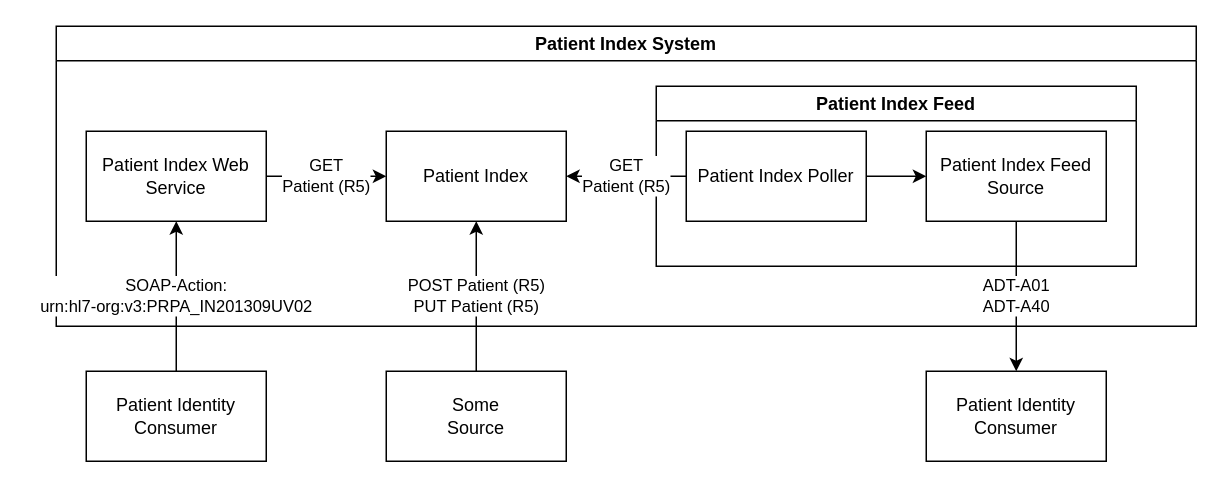
The draw.io diagram architecture.drawio in tobchen/patient-index, before the edit. Source tidied: cells renumbered, new cells numbered last; positions are measured from the earlier drawing's top-left corner, leaving out a move shared by most shapes. Both pictures are drawn from the tidied source at 150%, with x=0, y=0 at pixel (56, 26).
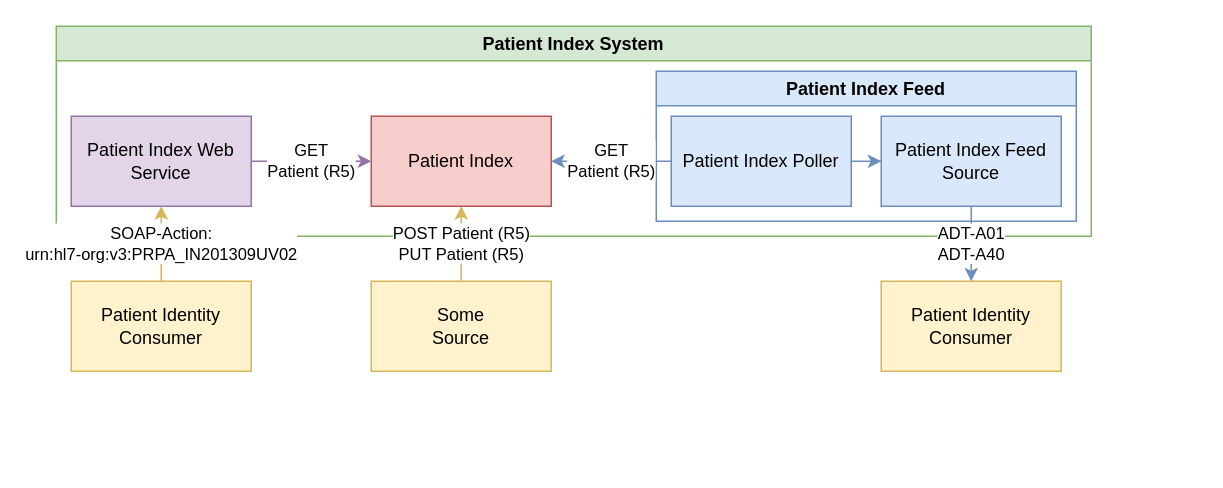
After the change.

Commit message (it also covers changes not shown here):
More pretty diagrams! Added create or update ad

What changed in the source:
```diff
@@
 <mxGraphModel>
   <root>
     <mxCell id="0" />
     <mxCell id="1" parent="0" />
-    <mxCell id="2" value="Patient Index System" style="swimlane;" parent="1" vertex="1">
-      <mxGeometry width="760" height="200" as="geometry" />
+    <mxCell id="2" value="Patient Index System" style="swimlane;fillColor=#d5e8d4;strokeColor=#82b366;" parent="1" vertex="1">
+      <mxGeometry width="690" height="140" as="geometry" />
     </mxCell>
-    <mxCell id="3" value="Patient Index" style="rounded=0;whiteSpace=wrap;html=1;" parent="2" vertex="1">
-      <mxGeometry x="220" y="70" width="120" height="60" as="geometry" />
+    <mxCell id="3" value="Patient Index" style="rounded=0;whiteSpace=wrap;html=1;fillColor=#f8cecc;strokeColor=#b85450;" parent="2" vertex="1">
+      <mxGeometry x="210" y="60" width="120" height="60" as="geometry" />
     </mxCell>
-    <mxCell id="4" value="GET&lt;br&gt;Patient (R5)" style="edgeStyle=orthogonalEdgeStyle;rounded=0;jettySize=auto;html=1;" parent="2" edge="1" source="5" target="3">
+    <mxCell id="4" value="GET&lt;br&gt;Patient (R5)" style="edgeStyle=orthogonalEdgeStyle;rounded=0;jettySize=auto;html=1;fillColor=#e1d5e7;strokeColor=#9673a6;" parent="2" edge="1" source="5" target="3">
       <mxGeometry relative="1" as="geometry" />
     </mxCell>
-    <mxCell id="5" value="Patient Index Web Service" style="rounded=0;whiteSpace=wrap;html=1;" parent="2" vertex="1">
-      <mxGeometry x="20" y="70" width="120" height="60" as="geometry" />
+    <mxCell id="5" value="Patient Index Web Service" style="rounded=0;whiteSpace=wrap;html=1;fillColor=#e1d5e7;strokeColor=#9673a6;" parent="2" vertex="1">
+      <mxGeometry x="10" y="60" width="120" height="60" as="geometry" />
     </mxCell>
-    <mxCell id="6" value="Patient Index Feed" style="swimlane;" parent="2" vertex="1">
-      <mxGeometry x="400" y="40" width="320" height="120" as="geometry" />
+    <mxCell id="6" value="Patient Index Feed" style="swimlane;fillColor=#dae8fc;strokeColor=#6c8ebf;" parent="2" vertex="1">
+      <mxGeometry x="400" y="30" width="280" height="100" as="geometry" />
     </mxCell>
-    <mxCell id="7" style="edgeStyle=orthogonalEdgeStyle;rounded=0;jettySize=auto;html=1;" parent="6" edge="1" source="8" target="9">
+    <mxCell id="7" style="edgeStyle=orthogonalEdgeStyle;rounded=0;jettySize=auto;html=1;fillColor=#dae8fc;strokeColor=#6c8ebf;" parent="6" edge="1" source="8" target="9">
       <mxGeometry relative="1" as="geometry" />
     </mxCell>
-    <mxCell id="8" value="Patient Index Poller" style="rounded=0;whiteSpace=wrap;html=1;" parent="6" vertex="1">
-      <mxGeometry x="20" y="30" width="120" height="60" as="geometry" />
+    <mxCell id="8" value="Patient Index Poller" style="rounded=0;whiteSpace=wrap;html=1;fillColor=#dae8fc;strokeColor=#6c8ebf;" parent="6" vertex="1">
+      <mxGeometry x="10" y="30" width="120" height="60" as="geometry" />
     </mxCell>
-    <mxCell id="9" value="Patient Index Feed Source" style="rounded=0;whiteSpace=wrap;html=1;" parent="6" vertex="1">
-      <mxGeometry x="180" y="30" width="120" height="60" as="geometry" />
+    <mxCell id="9" value="Patient Index Feed Source" style="rounded=0;whiteSpace=wrap;html=1;fillColor=#dae8fc;strokeColor=#6c8ebf;" parent="6" vertex="1">
+      <mxGeometry x="150" y="30" width="120" height="60" as="geometry" />
     </mxCell>
-    <mxCell id="10" value="GET&lt;br&gt;Patient (R5)" style="edgeStyle=orthogonalEdgeStyle;rounded=0;jettySize=auto;html=1;" parent="2" edge="1" source="8" target="3">
+    <mxCell id="10" value="GET&lt;br&gt;Patient (R5)" style="edgeStyle=orthogonalEdgeStyle;rounded=0;jettySize=auto;html=1;fillColor=#dae8fc;strokeColor=#6c8ebf;" parent="2" edge="1" source="8" target="3">
       <mxGeometry relative="1" as="geometry" />
     </mxCell>
-    <mxCell id="11" value="POST Patient (R5)&lt;br&gt;PUT Patient (R5)" style="edgeStyle=orthogonalEdgeStyle;rounded=0;jettySize=auto;html=1;" parent="1" edge="1" source="12" target="3">
+    <mxCell id="11" value="POST Patient (R5)&lt;br&gt;PUT Patient (R5)" style="edgeStyle=orthogonalEdgeStyle;rounded=0;jettySize=auto;html=1;fillColor=#fff2cc;strokeColor=#d6b656;" parent="1" edge="1" source="12" target="3">
       <mxGeometry relative="1" as="geometry" />
     </mxCell>
-    <mxCell id="12" value="Some&lt;br&gt;Source" style="rounded=0;whiteSpace=wrap;html=1;" parent="1" vertex="1">
-      <mxGeometry x="220" y="230" width="120" height="60" as="geometry" />
+    <mxCell id="12" value="Some&lt;br&gt;Source" style="rounded=0;whiteSpace=wrap;html=1;fillColor=#fff2cc;strokeColor=#d6b656;" parent="1" vertex="1">
+      <mxGeometry x="210" y="170" width="120" height="60" as="geometry" />
     </mxCell>
-    <mxCell id="13" value="SOAP-Action:&lt;br&gt;urn:hl7-org:v3:PRPA_IN201309UV02" style="edgeStyle=orthogonalEdgeStyle;rounded=0;jettySize=auto;html=1;" parent="1" edge="1" source="14" target="5">
+    <mxCell id="13" value="SOAP-Action:&lt;br&gt;urn:hl7-org:v3:PRPA_IN201309UV02" style="edgeStyle=orthogonalEdgeStyle;rounded=0;jettySize=auto;html=1;fillColor=#fff2cc;strokeColor=#d6b656;" parent="1" edge="1" source="14" target="5">
       <mxGeometry relative="1" as="geometry" />
     </mxCell>
-    <mxCell id="14" value="Patient Identity Consumer" style="rounded=0;whiteSpace=wrap;html=1;" parent="1" vertex="1">
-      <mxGeometry x="20" y="230" width="120" height="60" as="geometry" />
+    <mxCell id="14" value="Patient Identity Consumer" style="rounded=0;whiteSpace=wrap;html=1;fillColor=#fff2cc;strokeColor=#d6b656;" parent="1" vertex="1">
+      <mxGeometry x="10" y="170" width="120" height="60" as="geometry" />
     </mxCell>
-    <mxCell id="15" value="Patient Identity Consumer" style="rounded=0;whiteSpace=wrap;html=1;" parent="1" vertex="1">
-      <mxGeometry x="580" y="230" width="120" height="60" as="geometry" />
+    <mxCell id="15" value="Patient Identity Consumer" style="rounded=0;whiteSpace=wrap;html=1;fillColor=#fff2cc;strokeColor=#d6b656;" parent="1" vertex="1">
+      <mxGeometry x="550" y="170" width="120" height="60" as="geometry" />
     </mxCell>
-    <mxCell id="16" value="ADT-A01&lt;br&gt;ADT-A40" style="edgeStyle=orthogonalEdgeStyle;rounded=0;jettySize=auto;html=1;" parent="1" edge="1" source="9" target="15">
+    <mxCell id="16" value="ADT-A01&lt;br&gt;ADT-A40" style="edgeStyle=orthogonalEdgeStyle;rounded=0;jettySize=auto;html=1;fillColor=#dae8fc;strokeColor=#6c8ebf;" parent="1" edge="1" source="9" target="15">
       <mxGeometry relative="1" as="geometry" />
     </mxCell>
   </root>
 </mxGraphModel>
```
